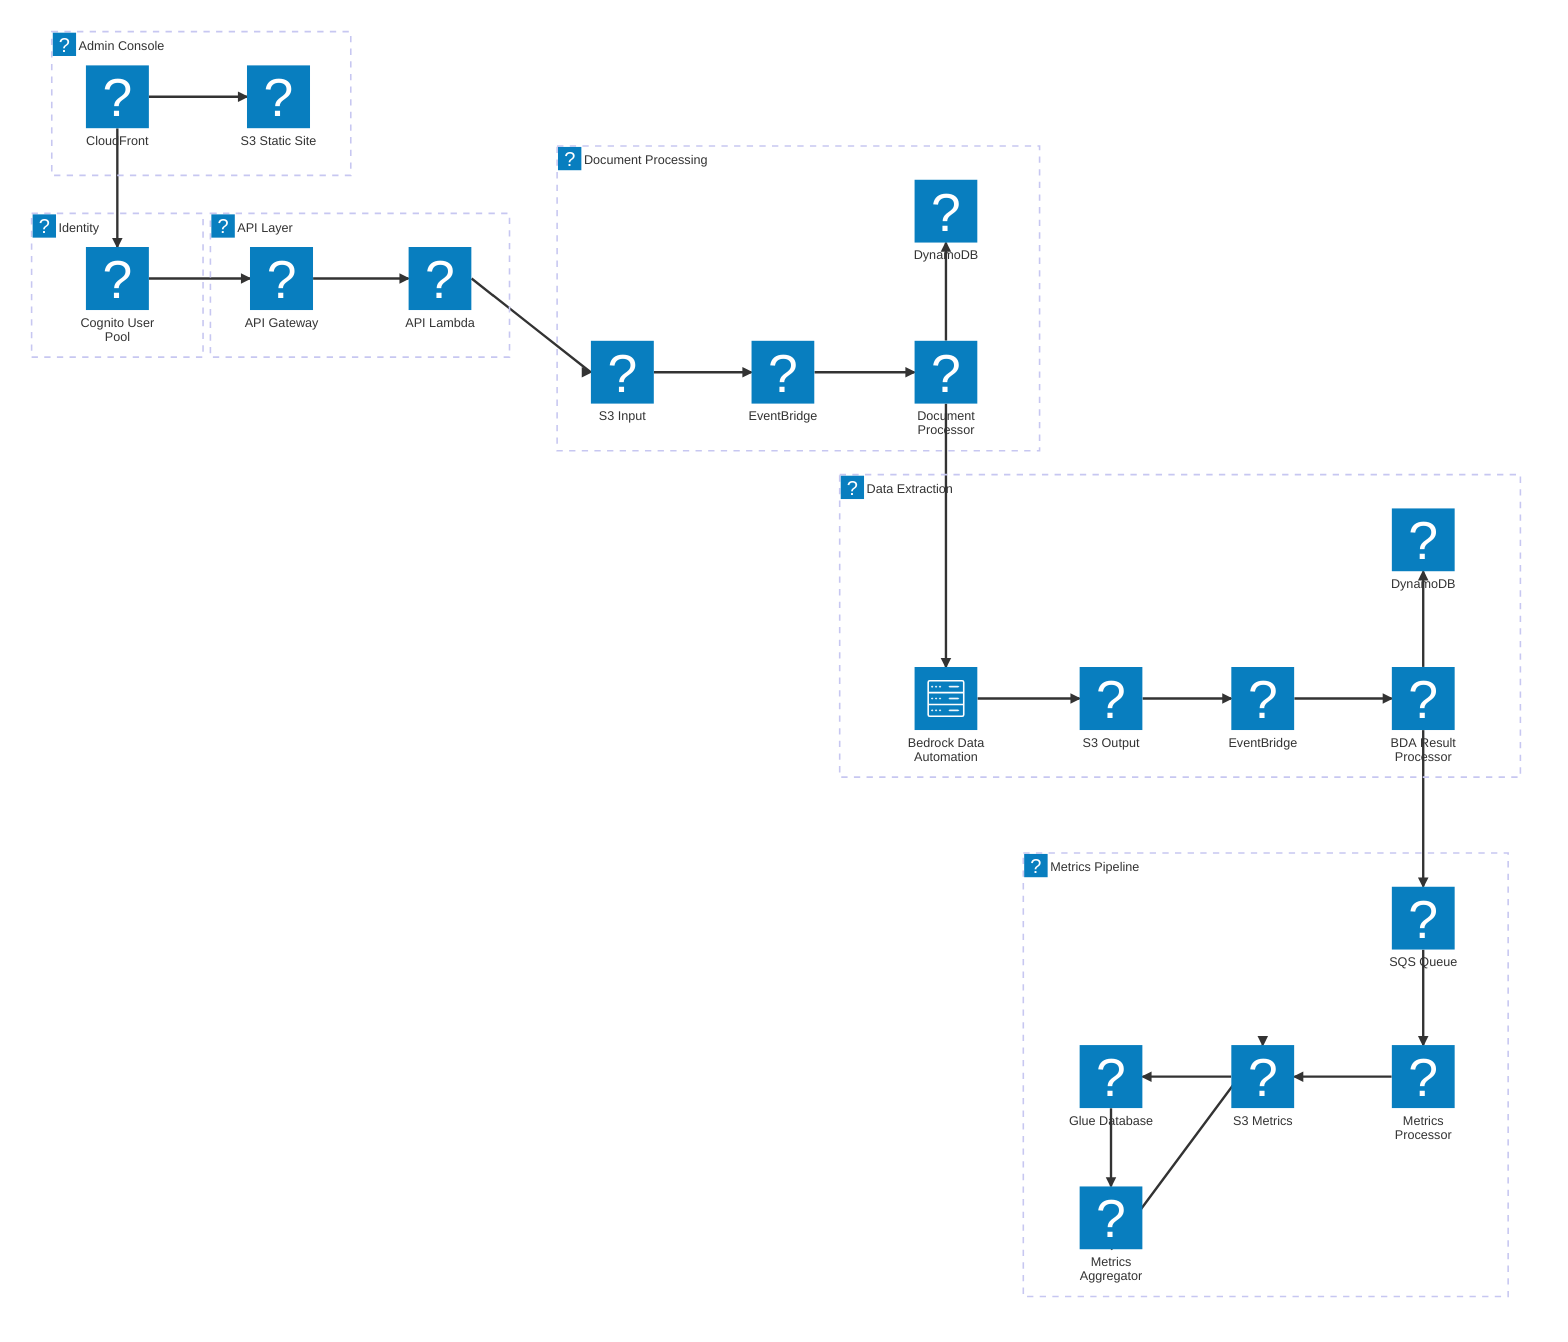
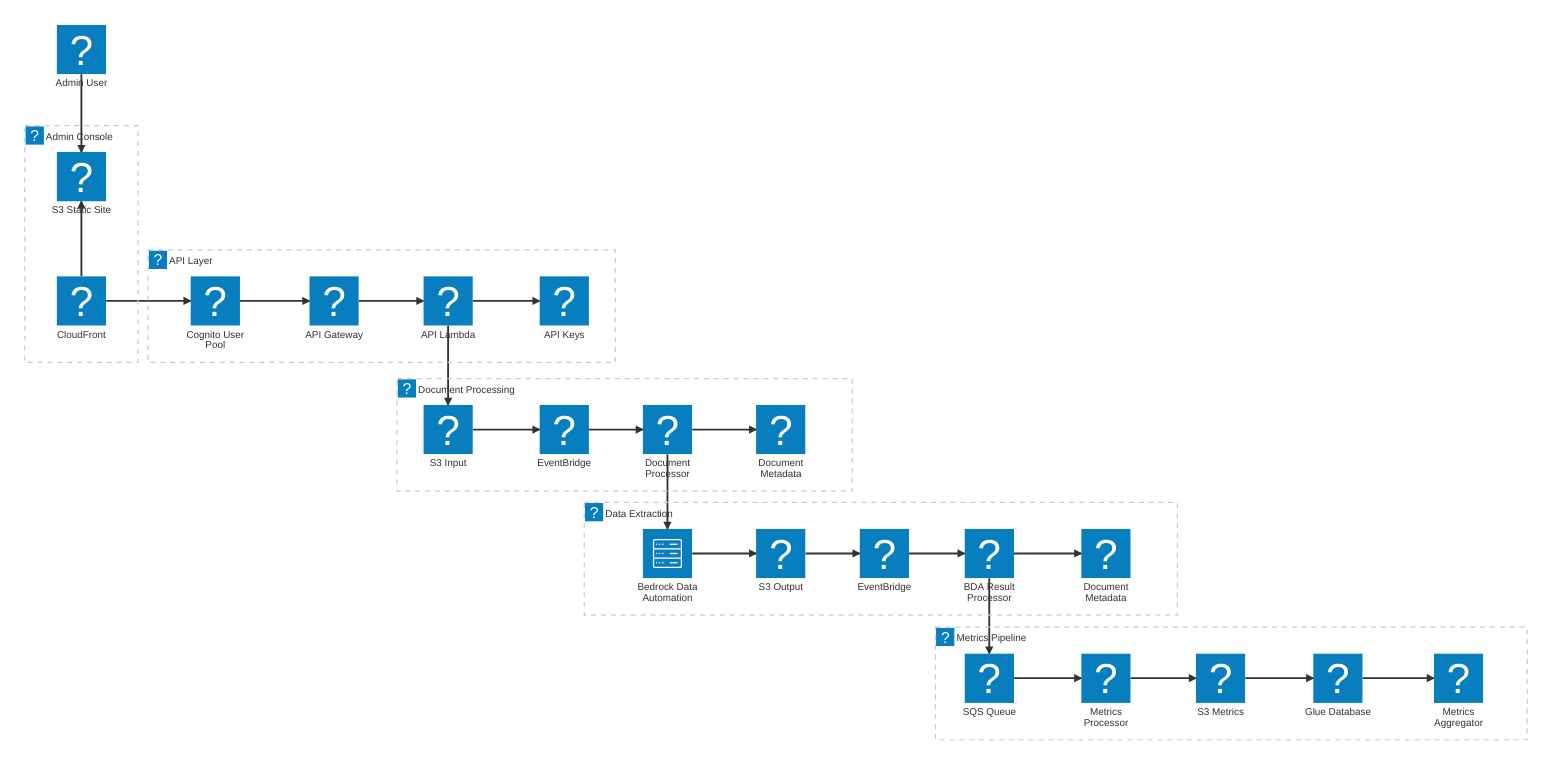
architecture-beta
-     group admin(logos:aws-cloudfront)[Admin Console]
-     group auth(logos:aws-cognito)[Identity]
-     group api(logos:aws-vpc)[API Layer]
-     group processing(logos:aws-vpc)[Document Processing]
-     group data-extraction(logos:aws-vpc)[Data Extraction]
-     group metrics(logos:aws-vpc)[Metrics Pipeline]
+   %% Groups
+   group admin(logos:aws-cloudfront)[Admin Console]
+   group api(logos:aws-vpc)[API Layer]
+   group processing(logos:aws-vpc)[Document Processing]
+   group data-extraction(logos:aws-vpc)[Data Extraction]
+   group metrics(logos:aws-vpc)[Metrics Pipeline]

-     service cloudfront(logos:aws-cloudfront)[CloudFront] in admin
-     service s3ui(logos:aws-s3)[S3 Static Site] in admin
+   %% Admin
+   %% NOTE: 'material-symbols' requires external JSON injection.
+   %% The users icon render as a '?' inside the native VS Code preview window,
+   %% but generates perfectly centered 1:1 square nodes when compiled via 'make'.
+   service user(material-symbols:manage-accounts)[Admin User]
+   service cloudfront(logos:aws-cloudfront)[CloudFront] in admin
+   service s3ui(logos:aws-s3)[S3 Static Site] in admin

-     service cognito(logos:aws-cognito)[Cognito User Pool] in auth
+   %% API Layer
+   service cognito(logos:aws-cognito)[Cognito User Pool] in api
+   service apigw(logos:aws-api-gateway)[API Gateway] in api
+   service api-lambda(logos:aws-lambda)[API Lambda] in api
+   service ddb-apikeys(logos:aws-dynamodb)[API Keys] in api

-     service apigw(logos:aws-api-gateway)[API Gateway] in api
-     service api-lambda(logos:aws-lambda)[API Lambda] in api
+   %% Document Processing
+   service s3input(logos:aws-s3)[S3 Input] in processing
+   service eventbridge1(logos:aws-eventbridge)[EventBridge] in processing
+   service document-processor(logos:aws-lambda)[Document Processor] in processing
+   service ddb(logos:aws-dynamodb)[Document Metadata] in processing

-     service s3input(logos:aws-s3)[S3 Input] in processing
-     service eventbridge1(logos:aws-eventbridge)[EventBridge] in processing
-     service document-processor(logos:aws-lambda)[Document Processor] in processing
-     service ddb(logos:aws-dynamodb)[DynamoDB] in processing
-     service bedrock(server)[Bedrock Data Automation] in data-extraction
-     service s3output(logos:aws-s3)[S3 Output] in data-extraction
-     service eventbridge2(logos:aws-eventbridge)[EventBridge] in data-extraction
-     service bda-result-processor(logos:aws-lambda)[BDA Result Processor] in data-extraction
-     service ddb2(logos:aws-dynamodb)[DynamoDB] in data-extraction
-     service sqs(logos:aws-sqs)[SQS Queue] in metrics
-     service metrics-processor(logos:aws-lambda)[Metrics Processor] in metrics
-     service s3metrics(logos:aws-s3)[S3 Metrics] in metrics
-     service glue(logos:aws-glue)[Glue Database] in metrics
-     service metrics-aggregator(logos:aws-lambda)[Metrics Aggregator] in metrics
+   %% Data Extraction
+   service bedrock(server)[Bedrock Data Automation] in data-extraction
+   service s3output(logos:aws-s3)[S3 Output] in data-extraction
+   service eventbridge2(logos:aws-eventbridge)[EventBridge] in data-extraction
+   service bda-result-processor(logos:aws-lambda)[BDA Result Processor] in data-extraction
+   service ddb2(logos:aws-dynamodb)[Document Metadata] in data-extraction

-     cloudfront:R --> L:s3ui
-     cloudfront:B --> T:cognito
-     cognito:R --> L:apigw
+   %% Metrics Pipeline
+   service sqs(logos:aws-sqs)[SQS Queue] in metrics
+   service metrics-processor(logos:aws-lambda)[Metrics Processor] in metrics
+   service s3metrics(logos:aws-s3)[S3 Metrics] in metrics
+   service glue(logos:aws-glue)[Glue Database] in metrics
+   service metrics-aggregator(logos:aws-lambda)[Metrics Aggregator] in metrics

-     apigw:R --> L:api-lambda
-     api-lambda:R --> L:s3input
-     s3input:R --> L:eventbridge1
-     eventbridge1:R --> L:document-processor
-     document-processor:B --> T:bedrock
-     document-processor:T --> B:ddb
-     bedrock:R --> L:s3output
-     s3output:R --> L:eventbridge2
-     eventbridge2:R --> L:bda-result-processor
-     bda-result-processor:T --> B:ddb2
-     bda-result-processor:B --> T:sqs
-     sqs:B --> T:metrics-processor
-     metrics-processor:L --> R:s3metrics
-     s3metrics:L --> R:glue
-     glue:B --> T:metrics-aggregator
-     metrics-aggregator:B --> T:s3metrics
+   %% Admin flow
+   cloudfront:T --> B:s3ui
+   cloudfront:R --> L:cognito
+   user:B --> T:s3ui
+ 
+   %% API flow
+   cognito:R --> L:apigw
+   apigw:R --> L:api-lambda
+   api-lambda:R --> L:ddb-apikeys
+   api-lambda:B --> T:s3input
+ 
+   %% Processing flow
+   s3input:R --> L:eventbridge1
+   eventbridge1:R --> L:document-processor
+   document-processor:R --> L:ddb
+   document-processor:B --> T:bedrock
+ 
+   %% Extraction flow
+   bedrock:R --> L:s3output
+   s3output:R --> L:eventbridge2
+   eventbridge2:R --> L:bda-result-processor
+   bda-result-processor:R --> L:ddb2
+   bda-result-processor:B --> T:sqs
+ 
+   %% Metrics flow
+   sqs:R --> L:metrics-processor
+   metrics-processor:R --> L:s3metrics
+   s3metrics:R --> L:glue
+   glue:R --> L:metrics-aggregator
